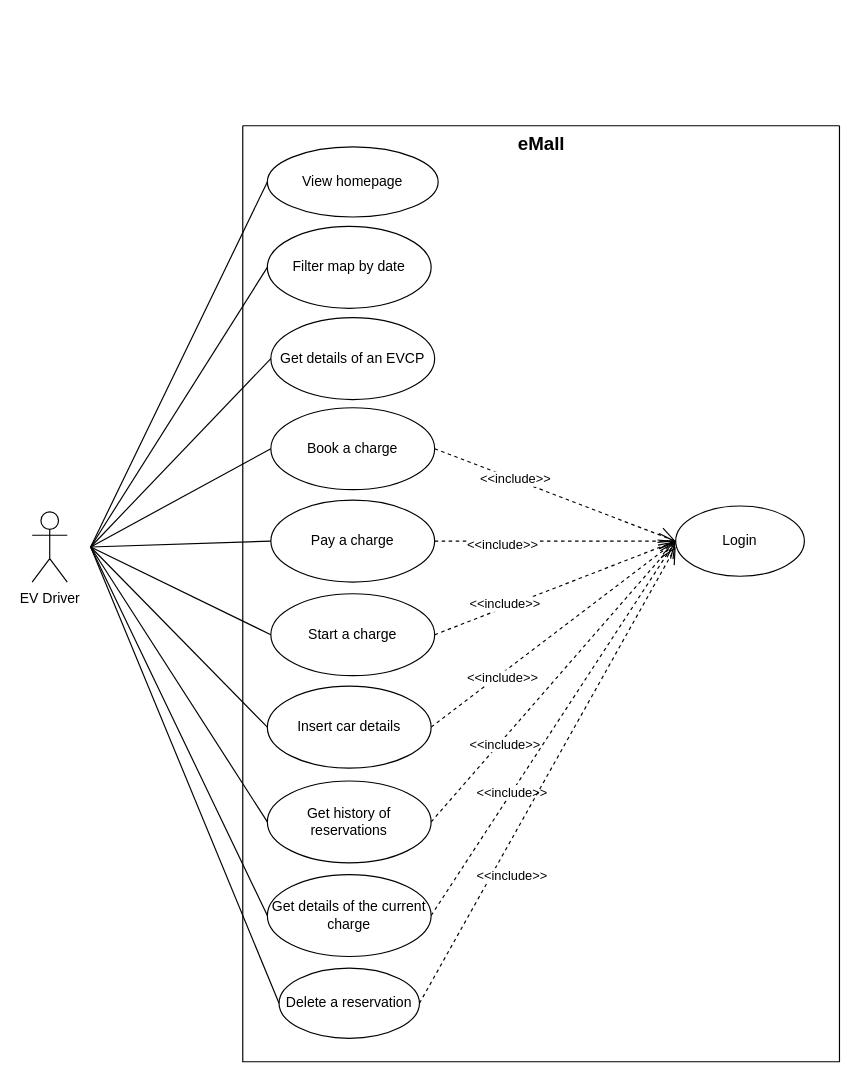
Before: RASD/src/use_case_diagram/driver.drawio in gio-del/eMall, a draw.io diagram. Source tidied: cells renumbered, new cells numbered last; positions are measured from the earlier drawing's top-left corner, leaving out a move shared by most shapes. Both pictures are drawn from the tidied source at 117%, with x=0, y=0 at pixel (32, 125).
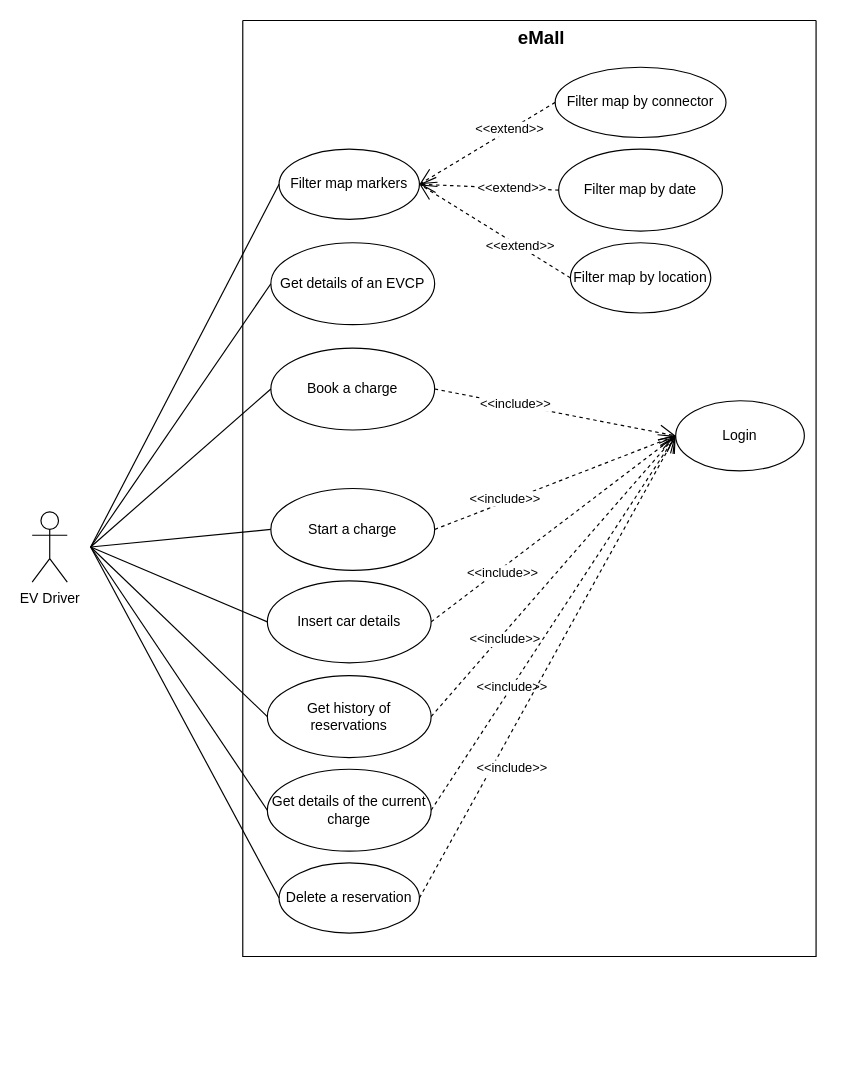
The same page after the edit.

Commit message (it also covers changes not shown here):
update driver use case diagram

The change refers to these unchanged cells:
```xml
<mxCell id="5" value="Login" style="ellipse;whiteSpace=wrap;html=1;strokeWidth=1;" parent="3" vertex="1">
  <mxGeometry x="370" y="325" width="110" height="60" as="geometry" />
</mxCell>
<mxCell id="21" value="Delete a reservation" style="ellipse;whiteSpace=wrap;html=1;" parent="3" vertex="1">
  <mxGeometry x="31" y="720" width="120" height="60" as="geometry" />
</mxCell>
```

Change to the diagram source:
```diff
@@
     <mxCell id="3" style="swimlane;startSize=0;" parent="1" vertex="1">
-      <mxGeometry x="180" width="510" height="800" as="geometry" />
+      <mxGeometry x="180" y="-90" width="490" height="800" as="geometry" />
     </mxCell>
@@
-    <mxCell id="6" value="View homepage" style="ellipse;whiteSpace=wrap;html=1;strokeWidth=1;" parent="3" vertex="1">
-      <mxGeometry x="21" y="18" width="146" height="60" as="geometry" />
+    <mxCell id="6" value="Filter map by connector" style="ellipse;whiteSpace=wrap;html=1;strokeWidth=1;" parent="3" vertex="1">
+      <mxGeometry x="267" y="40" width="146" height="60" as="geometry" />
     </mxCell>
     <mxCell id="7" value="Filter map by date" style="ellipse;whiteSpace=wrap;html=1;strokeWidth=1;" parent="3" vertex="1">
-      <mxGeometry x="21" y="86" width="140" height="70" as="geometry" />
+      <mxGeometry x="270" y="110" width="140" height="70" as="geometry" />
     </mxCell>
     <mxCell id="8" value="Get details of an EVCP" style="ellipse;whiteSpace=wrap;html=1;strokeWidth=1;" parent="3" vertex="1">
-      <mxGeometry x="24" y="164" width="140" height="70" as="geometry" />
+      <mxGeometry x="24" y="190" width="140" height="70" as="geometry" />
     </mxCell>
     <mxCell id="9" value="Book a charge" style="ellipse;whiteSpace=wrap;html=1;strokeWidth=1;" parent="3" vertex="1">
-      <mxGeometry x="24" y="241" width="140" height="70" as="geometry" />
+      <mxGeometry x="24" y="280" width="140" height="70" as="geometry" />
     </mxCell>
-    <mxCell id="10" value="Pay a charge" style="ellipse;whiteSpace=wrap;html=1;strokeWidth=1;" parent="3" vertex="1">
-      <mxGeometry x="24" y="320" width="140" height="70" as="geometry" />
-    </mxCell>
@@
-    <mxCell id="16" value="&amp;lt;&amp;lt;include&amp;gt;&amp;gt;" style="endArrow=open;endSize=12;dashed=1;html=1;rounded=0;entryX=0;entryY=0.5;entryDx=0;entryDy=0;exitX=1;exitY=0.5;exitDx=0;exitDy=0;" parent="3" edge="1" source="10" target="5">
-      <mxGeometry x="-0.44" y="-3" relative="1" as="geometry" />
-    </mxCell>
@@
-    <mxCell id="22" style="endArrow=none;html=1;rounded=0;entryX=0;entryY=0.5;entryDx=0;entryDy=0;" parent="1" edge="1" target="6">
-      <mxGeometry relative="1" as="geometry">
-        <mxPoint x="50" y="360" as="sourcePoint" />
-      </mxGeometry>
-    </mxCell>
-    <mxCell id="23" style="endArrow=none;html=1;rounded=0;entryX=0;entryY=0.5;entryDx=0;entryDy=0;" parent="1" edge="1" target="7">
-      <mxGeometry relative="1" as="geometry">
-        <mxPoint x="50" y="360" as="sourcePoint" />
-      </mxGeometry>
-    </mxCell>
+    <mxCell id="31" value="&amp;lt;&amp;lt;include&amp;gt;&amp;gt;" style="endArrow=open;endSize=12;dashed=1;html=1;rounded=0;exitX=1;exitY=0.5;exitDx=0;exitDy=0;entryX=0;entryY=0.5;entryDx=0;entryDy=0;" parent="3" edge="1" source="21" target="5">
+      <mxGeometry x="-0.4" y="-15" relative="1" as="geometry" />
+    </mxCell>
+    <mxCell id="33" value="Filter map markers" style="ellipse;whiteSpace=wrap;html=1;" parent="3" vertex="1">
+      <mxGeometry x="31" y="110" width="120" height="60" as="geometry" />
+    </mxCell>
+    <mxCell id="34" value="Filter map by location" style="ellipse;whiteSpace=wrap;html=1;" parent="3" vertex="1">
+      <mxGeometry x="280" y="190" width="120" height="60" as="geometry" />
+    </mxCell>
+    <mxCell id="35" value="&amp;lt;&amp;lt;extend&amp;gt;&amp;gt;" style="endArrow=open;endSize=12;dashed=1;html=1;rounded=0;entryX=1;entryY=0.5;entryDx=0;entryDy=0;exitX=0;exitY=0.5;exitDx=0;exitDy=0;" parent="3" edge="1" source="6" target="33">
+      <mxGeometry x="-0.33" relative="1" as="geometry" />
+    </mxCell>
+    <mxCell id="36" value="&amp;lt;&amp;lt;extend&amp;gt;&amp;gt;" style="endArrow=open;endSize=12;dashed=1;html=1;rounded=0;entryX=1;entryY=0.5;entryDx=0;entryDy=0;exitX=0;exitY=0.5;exitDx=0;exitDy=0;" parent="3" edge="1" source="7" target="33">
+      <mxGeometry x="-0.33" relative="1" as="geometry" />
+    </mxCell>
+    <mxCell id="37" value="&amp;lt;&amp;lt;extend&amp;gt;&amp;gt;" style="endArrow=open;endSize=12;dashed=1;html=1;rounded=0;entryX=1;entryY=0.5;entryDx=0;entryDy=0;exitX=0;exitY=0.5;exitDx=0;exitDy=0;" parent="3" edge="1" source="34" target="33">
+      <mxGeometry x="-0.33" relative="1" as="geometry" />
+    </mxCell>
@@
-    <mxCell id="26" style="endArrow=none;html=1;rounded=0;entryX=0;entryY=0.5;entryDx=0;entryDy=0;" parent="1" edge="1" target="10">
-      <mxGeometry relative="1" as="geometry">
-        <mxPoint x="50" y="360" as="sourcePoint" />
-      </mxGeometry>
-    </mxCell>
@@
-    <mxCell id="31" value="&amp;lt;&amp;lt;include&amp;gt;&amp;gt;" style="endArrow=open;endSize=12;dashed=1;html=1;rounded=0;exitX=1;exitY=0.5;exitDx=0;exitDy=0;" parent="1" edge="1" source="21">
-      <mxGeometry x="-0.4" y="-15" relative="1" as="geometry">
-        <mxPoint x="550" y="360" as="targetPoint" />
-      </mxGeometry>
-    </mxCell>
@@
+    <mxCell id="38" style="endArrow=none;html=1;rounded=0;entryX=0;entryY=0.5;entryDx=0;entryDy=0;" parent="1" edge="1" target="33">
+      <mxGeometry relative="1" as="geometry">
+        <mxPoint x="50" y="360" as="sourcePoint" />
+      </mxGeometry>
+    </mxCell>
```
